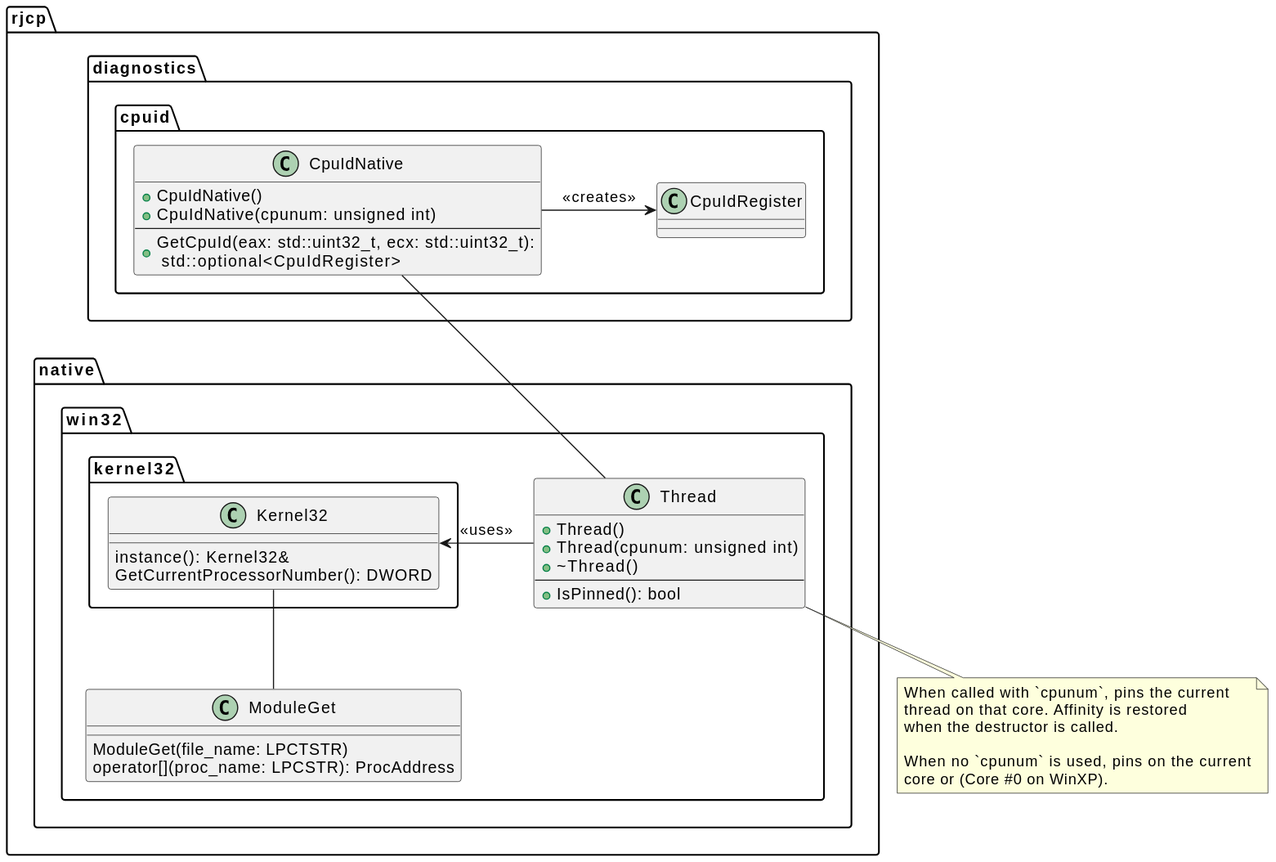
This is CpuIdDll/docs/figures/uml/CpuIdNative.svg from jcurl/RJCP.DLL.CpuId, a PlantUML export, as it was before one commit. Its diagram source:
```plantuml
@startuml
set separator ::

class rjcp::diagnostics::cpuid::CpuIdNative {
    +CpuIdNative()
    +CpuIdNative(cpunum: unsigned int)
    --
    +GetCpuId(eax: std::uint32_t, ecx: std::uint32_t):\n std::optional<CpuIdRegister>
}

class rjcp::diagnostics::cpuid::CpuIdRegister

class rjcp::native::win32::Thread {
    +Thread()
    +Thread(cpunum: unsigned int)
    +~Thread()
    --
    +IsPinned(): bool
}
note bottom
    When called with `cpunum`, pins the current
    thread on that core. Affinity is restored
    when the destructor is called.

    When no `cpunum` is used, pins on the current
    core or (Core #0 on WinXP).
end note

class rjcp::native::win32::kernel32::Kernel32 {
    instance(): Kernel32&
    GetCurrentProcessorNumber(): DWORD
}

class rjcp::native::win32::ModuleGet {
    ModuleGet(file_name: LPCTSTR)
    operator[](proc_name: LPCSTR): ProcAddress
}

CpuIdNative -r-> CpuIdRegister : <<creates>>

CpuIdNative -d- Thread

Thread -r-> Kernel32 : <<uses>>

Kernel32 -d- ModuleGet
@enduml
```
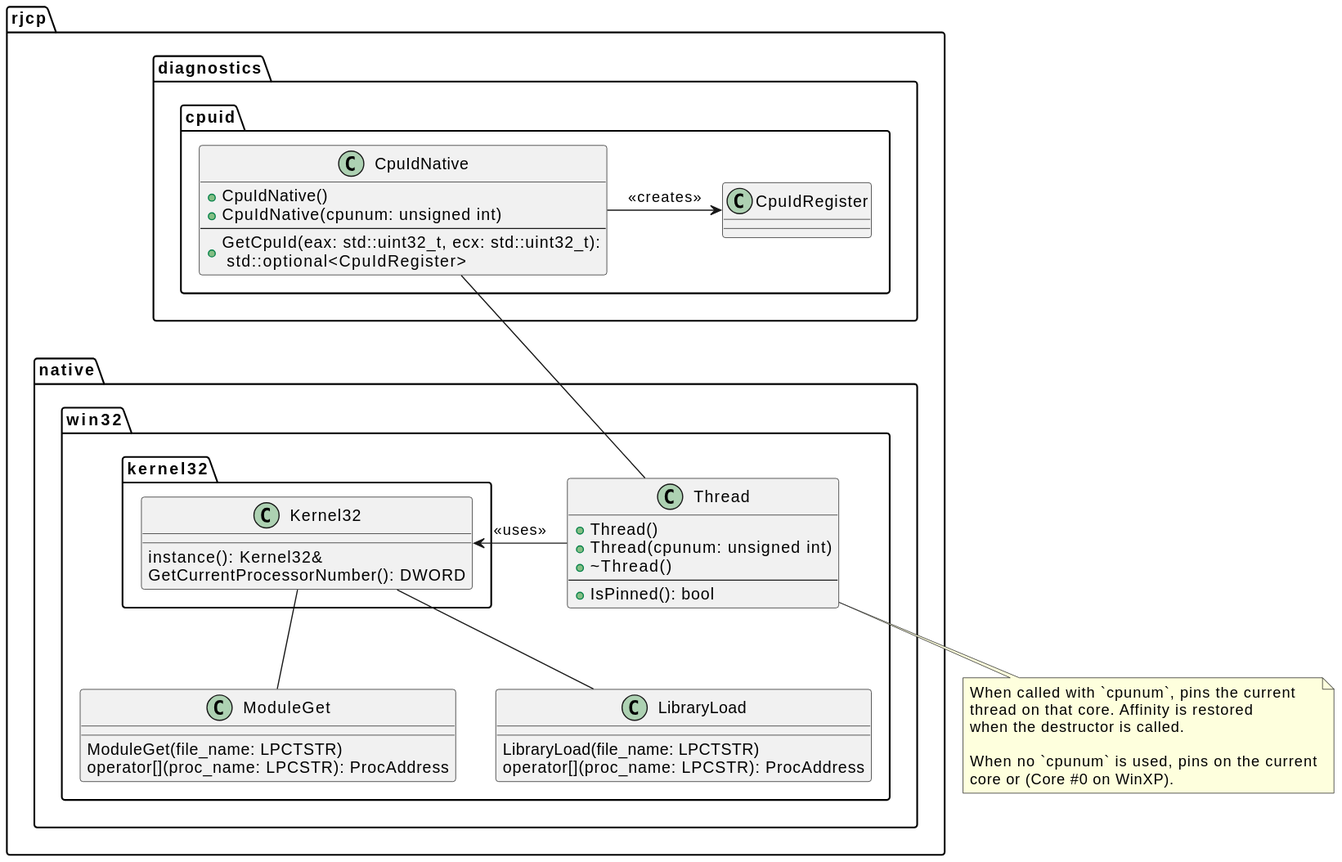
Later version of the same file.

The edit, as a diff of the source:
```diff
@@ -36,6 +36,11 @@
     operator[](proc_name: LPCSTR): ProcAddress
 }
 
+class rjcp::native::win32::LibraryLoad {
+    LibraryLoad(file_name: LPCTSTR)
+    operator[](proc_name: LPCSTR): ProcAddress
+}
+
 CpuIdNative -r-> CpuIdRegister : <<creates>>
 
 CpuIdNative -d- Thread
@@ -43,4 +48,5 @@
 Thread -r-> Kernel32 : <<uses>>
 
 Kernel32 -d- ModuleGet
+Kernel32 -d- LibraryLoad
 @enduml
```
